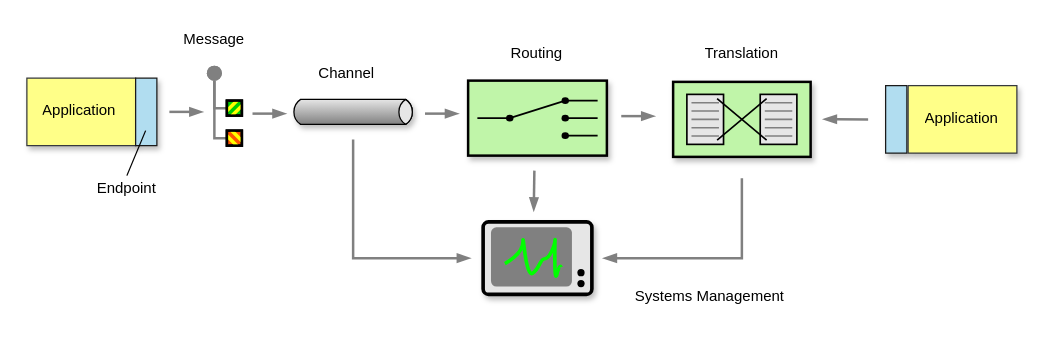
This is img/src/loosely-coupled-integration-solution.drawio from bcgov/jpss-idsp, a draw.io file, before an edit. Source tidied: cells renumbered, new cells numbered last; positions are measured from the earlier drawing's top-left corner, leaving out a move shared by most shapes. Both pictures are drawn from the tidied source at 125%, with x=0, y=0 at pixel (26, 26).
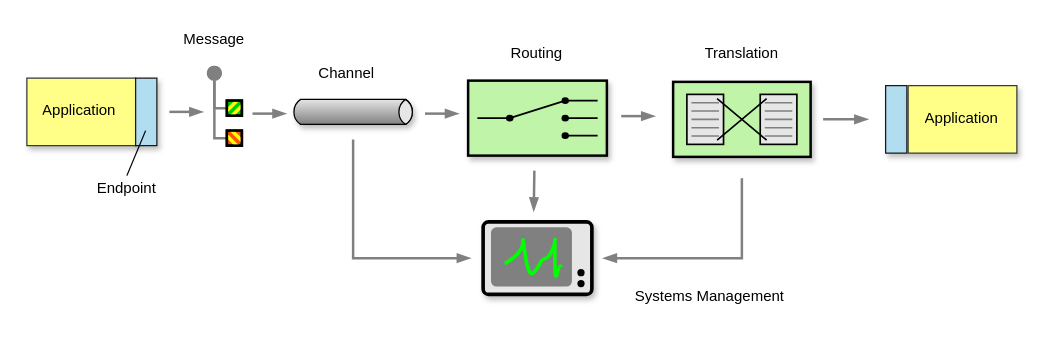
The same diagram, later.

What changed in the source:
```diff
@@
-    <mxCell id="23" style="edgeStyle=none;html=1;strokeColor=#808080;endArrow=blockThin;endSize=6;dashed=0;verticalAlign=bottom;strokeWidth=2;endFill=1;" parent="1" edge="1">
+    <mxCell id="23" style="edgeStyle=none;html=1;strokeColor=#808080;endArrow=none;endSize=6;dashed=0;verticalAlign=bottom;strokeWidth=2;endFill=0;startArrow=blockThin;startFill=1;" parent="1" edge="1">
       <mxGeometry relative="1" as="geometry">
         <mxPoint x="673" y="74" as="sourcePoint" />
         <mxPoint x="637" y="73.9" as="targetPoint" />
       </mxGeometry>
     </mxCell>
```
